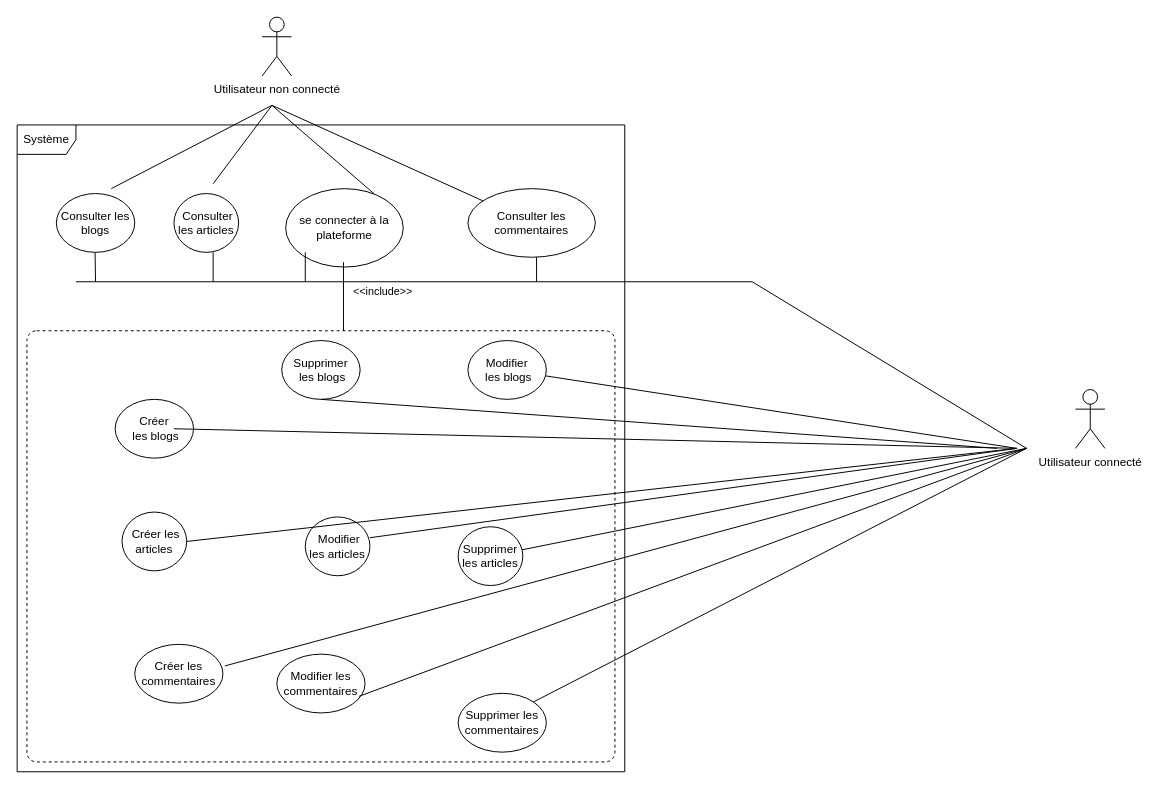
Above: page "Diagramme de cas d’utilisation" (3 of 7) of Diagramme sans nom.drawio in Ali0908/BDD_UML (draw.io), before the change. Source tidied: cells renumbered, new cells numbered last; positions are measured from the earlier drawing's top-left corner, leaving out a move shared by most shapes. Both pictures are drawn from the tidied source at 98%, with x=0, y=0 at pixel (17, 17).
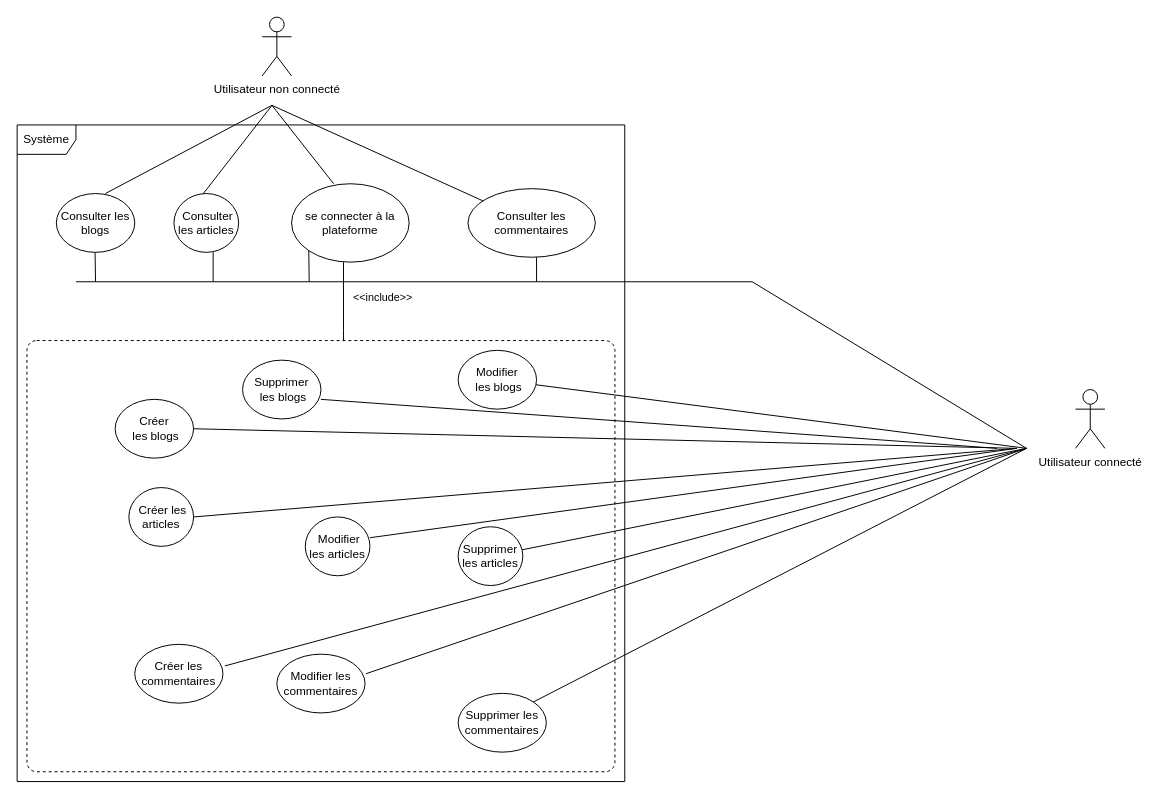
The same page after the edit.

Commit message:
mise à jour du diagramme de cas d'utilisation

Unchanged cells that the change refers to:
```xml
<mxCell id="17" value="Modifier les commentaires" style="ellipse;whiteSpace=wrap;html=1;" parent="1" vertex="1">
  <mxGeometry x="265" y="650" width="90" height="60" as="geometry" />
</mxCell>
```

The edit, as a diff of the source:
```diff
@@
     <mxCell id="2" style="dashed=1;rounded=1;absoluteArcSize=1;arcSize=20;html=1;verticalAlign=top;align=left;spacingTop=5;spacingLeft=10;whiteSpace=wrap;" parent="1" vertex="1">
-      <mxGeometry x="10" y="320" width="600" height="440" as="geometry" />
+      <mxGeometry x="10" y="330" width="600" height="440" as="geometry" />
     </mxCell>
@@
     <mxCell id="7" value="Système" style="shape=umlFrame;whiteSpace=wrap;html=1;" parent="1" vertex="1">
-      <mxGeometry y="110" width="620" height="660" as="geometry" />
+      <mxGeometry y="110" width="620" height="670" as="geometry" />
     </mxCell>
@@
     <mxCell id="10" value="se connecter à la plateforme" style="ellipse;whiteSpace=wrap;html=1;" parent="1" vertex="1">
-      <mxGeometry x="274" y="175" width="120" height="80" as="geometry" />
+      <mxGeometry x="280" y="170" width="120" height="80" as="geometry" />
     </mxCell>
     <mxCell id="11" value="&lt;div&gt;Modifier&lt;br&gt;&lt;/div&gt;&lt;div&gt;&amp;nbsp;les blogs&lt;/div&gt;" style="ellipse;whiteSpace=wrap;html=1;" parent="1" vertex="1">
-      <mxGeometry x="460" y="330" width="80" height="60" as="geometry" />
+      <mxGeometry x="450" y="340" width="80" height="60" as="geometry" />
     </mxCell>
     <mxCell id="12" value="&lt;div&gt;Supprimer&lt;br&gt;&lt;/div&gt;&lt;div&gt;&amp;nbsp;les blogs&lt;/div&gt;" style="ellipse;whiteSpace=wrap;html=1;" parent="1" vertex="1">
-      <mxGeometry x="270" y="330" width="80" height="60" as="geometry" />
+      <mxGeometry x="230" y="350" width="80" height="60" as="geometry" />
     </mxCell>
     <mxCell id="13" value="&amp;nbsp;Créer les articles" style="ellipse;whiteSpace=wrap;html=1;" parent="1" vertex="1">
-      <mxGeometry x="107" y="505" width="66" height="60" as="geometry" />
+      <mxGeometry x="114" y="480" width="66" height="60" as="geometry" />
     </mxCell>
@@
     <mxCell id="19" value="&amp;lt;&amp;lt;include&amp;gt;&amp;gt;" style="endArrow=none;html=1;endSize=12;startArrow=none;startSize=14;startFill=0;edgeStyle=orthogonalEdgeStyle;align=center;verticalAlign=bottom;endFill=0;rounded=0;" parent="1" edge="1">
       <mxGeometry x="0.12" y="40" relative="1" as="geometry">
         <mxPoint x="333" y="250" as="sourcePoint" />
-        <mxPoint x="333" y="320" as="targetPoint" />
+        <mxPoint x="333" y="330" as="targetPoint" />
         <Array as="points">
           <mxPoint x="333" y="320" />
           <mxPoint x="333" y="320" />
         </Array>
       </mxGeometry>
     </mxCell>
-    <mxCell id="20" style="endArrow=none;html=1;rounded=0;exitX=0.338;exitY=-0.067;exitDx=0;exitDy=0;exitPerimeter=0;" parent="1" edge="1">
+    <mxCell id="20" style="endArrow=none;html=1;rounded=0;" parent="1" edge="1">
       <mxGeometry relative="1" as="geometry">
-        <mxPoint x="160" y="420" as="sourcePoint" />
+        <mxPoint x="180" y="420" as="sourcePoint" />
         <mxPoint x="1020" y="440" as="targetPoint" />
       </mxGeometry>
     </mxCell>
@@
     <mxCell id="22" style="endArrow=none;html=1;rounded=0;" parent="1" edge="1" source="11">
       <mxGeometry relative="1" as="geometry">
-        <mxPoint x="1020" y="440" as="targetPoint" />
+        <mxPoint x="1030" y="440" as="targetPoint" />
       </mxGeometry>
     </mxCell>
-    <mxCell id="23" style="endArrow=none;html=1;rounded=0;exitX=0.75;exitY=0.063;exitDx=0;exitDy=0;exitPerimeter=0;" parent="1" edge="1" source="10">
+    <mxCell id="23" style="endArrow=none;html=1;rounded=0;exitX=0.358;exitY=0;exitDx=0;exitDy=0;exitPerimeter=0;" parent="1" edge="1" source="10">
       <mxGeometry relative="1" as="geometry">
         <mxPoint x="260" y="90" as="targetPoint" />
       </mxGeometry>
     </mxCell>
@@
-    <mxCell id="28" style="endArrow=none;html=1;rounded=0;exitX=0.933;exitY=0.717;exitDx=0;exitDy=0;exitPerimeter=0;" parent="1" edge="1" source="17">
+    <mxCell id="28" style="endArrow=none;html=1;rounded=0;exitX=1.011;exitY=0.333;exitDx=0;exitDy=0;exitPerimeter=0;" parent="1" edge="1" source="17">
       <mxGeometry relative="1" as="geometry">
         <mxPoint x="1030" y="440" as="targetPoint" />
       </mxGeometry>
     </mxCell>
@@
     <mxCell id="31" style="endArrow=none;html=1;rounded=0;" parent="1" edge="1">
       <mxGeometry relative="1" as="geometry">
-        <mxPoint x="200" y="170" as="sourcePoint" />
+        <mxPoint x="190" y="180" as="sourcePoint" />
         <mxPoint x="260" y="90" as="targetPoint" />
       </mxGeometry>
     </mxCell>
     <mxCell id="32" style="endArrow=none;html=1;rounded=0;" parent="1" edge="1">
       <mxGeometry relative="1" as="geometry">
-        <mxPoint x="96" y="175" as="sourcePoint" />
+        <mxPoint x="90" y="180" as="sourcePoint" />
         <mxPoint x="260" y="90" as="targetPoint" />
       </mxGeometry>
     </mxCell>
@@
-    <mxCell id="35" style="endArrow=none;html=1;rounded=0;" parent="1" edge="1">
+    <mxCell id="35" style="endArrow=none;html=1;rounded=0;exitX=0;exitY=1;exitDx=0;exitDy=0;" parent="1" edge="1" source="10">
       <mxGeometry relative="1" as="geometry">
-        <mxPoint x="294" y="240" as="sourcePoint" />
-        <mxPoint x="294" y="270" as="targetPoint" />
+        <mxPoint x="298" y="270" as="targetPoint" />
       </mxGeometry>
     </mxCell>
```
